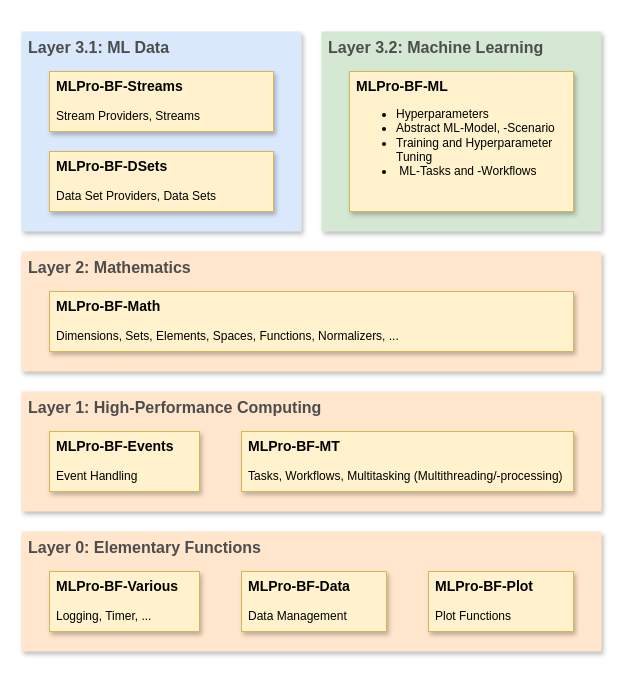
Before: doc/rtd/content/bf/images/MLPro-BF_Overview.drawio in fhswf/MLPro, a draw.io diagram. Source tidied: cells renumbered, new cells numbered last; positions are measured from the earlier drawing's top-left corner, leaving out a move shared by most shapes. Both pictures are drawn from the tidied source at 100%, with x=0, y=0 at pixel (21, 31).
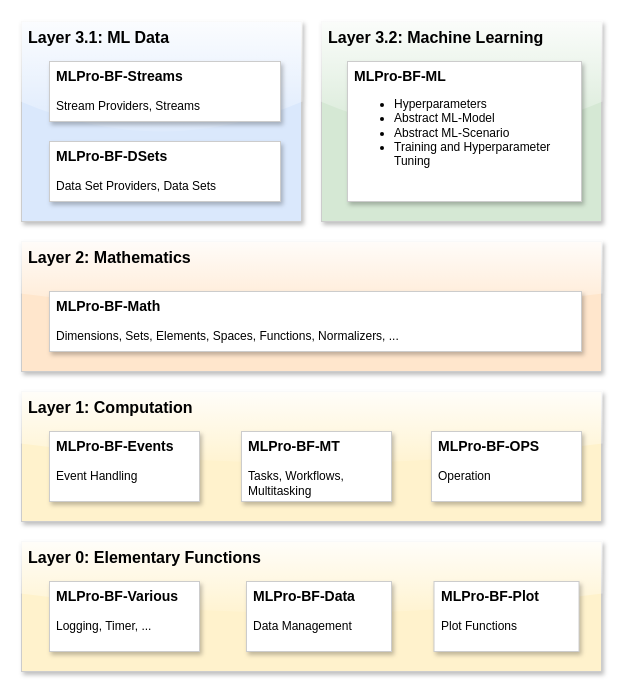
The same diagram, later.

What changed in the source:
```diff
@@
 <mxGraphModel>
   <root>
     <mxCell id="0" />
     <mxCell id="1" parent="0" />
-    <mxCell id="2" value="Layer 0: Elementary Functions" style="rounded=0;whiteSpace=wrap;html=1;shadow=1;glass=0;fontSize=16;align=left;labelPosition=center;verticalLabelPosition=middle;verticalAlign=top;spacingLeft=5;fontStyle=1;strokeColor=none;fillColor=#ffe6cc;fontColor=#4D4D4D;" parent="1" vertex="1">
-      <mxGeometry y="500" width="580" height="120" as="geometry" />
+    <mxCell id="2" value="Layer 0: Elementary Functions" style="rounded=0;whiteSpace=wrap;html=1;shadow=1;glass=1;fontSize=16;align=left;labelPosition=center;verticalLabelPosition=middle;verticalAlign=top;spacingLeft=5;fontStyle=1;strokeColor=#CCCCCC;fillColor=#fff2cc;strokeWidth=1;fontFamily=Helvetica;" parent="1" vertex="1">
+      <mxGeometry y="510" width="580" height="130" as="geometry" />
     </mxCell>
-    <mxCell id="3" value="Layer 3.2: Machine Learning" style="rounded=0;whiteSpace=wrap;html=1;shadow=1;glass=0;fontSize=16;dashed=1;align=left;labelPosition=center;verticalLabelPosition=middle;verticalAlign=top;spacingLeft=5;spacingRight=5;fontStyle=1;fillColor=#d5e8d4;strokeColor=none;fontColor=#4D4D4D;" parent="1" vertex="1">
-      <mxGeometry x="300" width="280" height="200" as="geometry" />
+    <mxCell id="3" value="Layer 3.2: Machine Learning" style="rounded=0;whiteSpace=wrap;html=1;shadow=1;glass=1;fontSize=16;align=left;labelPosition=center;verticalLabelPosition=middle;verticalAlign=top;spacingLeft=5;spacingRight=5;fontStyle=1;fillColor=#d5e8d4;strokeColor=#CCCCCC;gradientColor=none;strokeWidth=1;" parent="1" vertex="1">
+      <mxGeometry x="300" y="-10" width="280" height="200" as="geometry" />
     </mxCell>
-    <mxCell id="4" value="Layer 3.1: ML Data" style="rounded=0;whiteSpace=wrap;html=1;shadow=1;glass=0;fontSize=16;dashed=1;align=left;labelPosition=center;verticalLabelPosition=middle;verticalAlign=top;spacingLeft=5;spacingRight=5;fontStyle=1;fillColor=#dae8fc;strokeColor=none;fontColor=#4D4D4D;" parent="1" vertex="1">
-      <mxGeometry width="280" height="200" as="geometry" />
+    <mxCell id="4" value="Layer 3.1: ML Data" style="rounded=0;whiteSpace=wrap;html=1;shadow=1;glass=1;fontSize=16;align=left;labelPosition=center;verticalLabelPosition=middle;verticalAlign=top;spacingLeft=5;spacingRight=5;fontStyle=1;fillColor=#dae8fc;strokeColor=#CCCCCC;strokeWidth=1;" parent="1" vertex="1">
+      <mxGeometry y="-10" width="280" height="200" as="geometry" />
     </mxCell>
-    <mxCell id="5" value="Layer 2: Mathematics" style="rounded=0;whiteSpace=wrap;html=1;shadow=1;glass=0;fontSize=16;dashed=1;align=left;labelPosition=center;verticalLabelPosition=middle;verticalAlign=top;spacingLeft=5;fontStyle=1;fillColor=#ffe6cc;strokeColor=none;fontColor=#4D4D4D;" parent="1" vertex="1">
-      <mxGeometry y="220" width="580" height="120" as="geometry" />
+    <mxCell id="5" value="Layer 2: Mathematics" style="rounded=0;whiteSpace=wrap;html=1;shadow=1;glass=1;fontSize=16;align=left;labelPosition=center;verticalLabelPosition=middle;verticalAlign=top;spacingLeft=5;fontStyle=1;fillColor=#ffe6cc;strokeColor=#CCCCCC;strokeWidth=1;" parent="1" vertex="1">
+      <mxGeometry y="210" width="580" height="130" as="geometry" />
     </mxCell>
-    <mxCell id="6" value="Layer 1: High-Performance Computing" style="rounded=0;whiteSpace=wrap;html=1;shadow=1;glass=0;fontSize=16;dashed=1;align=left;labelPosition=center;verticalLabelPosition=middle;verticalAlign=top;spacingLeft=5;fontStyle=1;fillColor=#ffe6cc;strokeColor=none;fontColor=#4D4D4D;" parent="1" vertex="1">
-      <mxGeometry y="360" width="580" height="120" as="geometry" />
+    <mxCell id="6" value="Layer 1: Computation" style="rounded=0;whiteSpace=wrap;html=1;shadow=1;glass=1;fontSize=16;align=left;labelPosition=center;verticalLabelPosition=middle;verticalAlign=top;spacingLeft=5;fontStyle=1;fillColor=#fff2cc;strokeColor=#CCCCCC;strokeWidth=1;" parent="1" vertex="1">
+      <mxGeometry y="360" width="580" height="130" as="geometry" />
     </mxCell>
-    <mxCell id="7" value="&lt;font style=&quot;font-size: 14px;&quot;&gt;MLPro-BF-Various&lt;/font&gt;&lt;br&gt;&lt;span style=&quot;font-weight: normal;&quot;&gt;&lt;br&gt;Logging, Timer, ...&lt;/span&gt;" style="rounded=0;whiteSpace=wrap;html=1;fillColor=#fff2cc;strokeColor=#d6b656;glass=0;shadow=1;align=left;verticalAlign=top;fontStyle=1;spacingLeft=5;" parent="1" vertex="1">
-      <mxGeometry x="28" y="540" width="150" height="60" as="geometry" />
+    <mxCell id="7" value="&lt;font style=&quot;font-size: 14px;&quot;&gt;MLPro-BF-Various&lt;/font&gt;&lt;br&gt;&lt;span style=&quot;font-weight: normal;&quot;&gt;&lt;br&gt;Logging, Timer, ...&lt;/span&gt;" style="rounded=0;whiteSpace=wrap;html=1;glass=0;shadow=1;align=left;verticalAlign=top;fontStyle=1;spacingLeft=5;strokeColor=#CCCCCC;" parent="1" vertex="1">
+      <mxGeometry x="28" y="550" width="150" height="70" as="geometry" />
     </mxCell>
-    <mxCell id="8" value="&lt;font style=&quot;font-size: 14px;&quot;&gt;MLPro-BF-Math&lt;br&gt;&lt;/font&gt;&lt;span style=&quot;font-weight: normal;&quot;&gt;&lt;br&gt;Dimensions, Sets, Elements, Spaces, Functions, Normalizers, ...&lt;/span&gt;" style="rounded=0;whiteSpace=wrap;html=1;fillColor=#fff2cc;strokeColor=#d6b656;glass=0;shadow=1;align=left;verticalAlign=top;fontStyle=1;spacingLeft=5;" parent="1" vertex="1">
-      <mxGeometry x="28" y="260" width="524" height="60" as="geometry" />
+    <mxCell id="8" value="&lt;font style=&quot;font-size: 14px;&quot;&gt;MLPro-BF-Math&lt;br&gt;&lt;/font&gt;&lt;span style=&quot;font-weight: normal;&quot;&gt;&lt;br&gt;Dimensions, Sets, Elements, Spaces, Functions, Normalizers, ...&lt;/span&gt;" style="rounded=0;whiteSpace=wrap;html=1;glass=0;shadow=1;align=left;verticalAlign=top;fontStyle=1;spacingLeft=5;strokeColor=#CCCCCC;" parent="1" vertex="1">
+      <mxGeometry x="28" y="260" width="532" height="60" as="geometry" />
     </mxCell>
-    <mxCell id="9" value="&lt;font style=&quot;font-size: 14px;&quot;&gt;MLPro-BF-Events&lt;/font&gt;&lt;br&gt;&lt;br&gt;&lt;span style=&quot;font-weight: normal;&quot;&gt;Event Handling&lt;/span&gt;" style="rounded=0;whiteSpace=wrap;html=1;fillColor=#fff2cc;strokeColor=#d6b656;glass=0;shadow=1;align=left;verticalAlign=top;fontStyle=1;spacingLeft=5;" parent="1" vertex="1">
-      <mxGeometry x="28" y="400" width="150" height="60" as="geometry" />
+    <mxCell id="9" value="&lt;font style=&quot;font-size: 14px;&quot;&gt;MLPro-BF-Events&lt;/font&gt;&lt;br&gt;&lt;br&gt;&lt;span style=&quot;font-weight: normal;&quot;&gt;Event Handling&lt;/span&gt;" style="rounded=0;whiteSpace=wrap;html=1;glass=0;shadow=1;align=left;verticalAlign=top;fontStyle=1;spacingLeft=5;strokeColor=#CCCCCC;" parent="1" vertex="1">
+      <mxGeometry x="28" y="400" width="150" height="70" as="geometry" />
     </mxCell>
-    <mxCell id="10" value="&lt;font style=&quot;font-size: 14px;&quot;&gt;MLPro-BF-MT &lt;/font&gt;&lt;br&gt;&lt;br&gt;&lt;span style=&quot;font-weight: normal;&quot;&gt;Tasks, Workflows, Multitasking (Multithreading/-processing)&lt;/span&gt;" style="rounded=0;whiteSpace=wrap;html=1;fillColor=#fff2cc;strokeColor=#d6b656;glass=0;shadow=1;align=left;verticalAlign=top;fontStyle=1;spacingLeft=5;" parent="1" vertex="1">
-      <mxGeometry x="220" y="400" width="332" height="60" as="geometry" />
+    <mxCell id="10" value="&lt;font style=&quot;font-size: 14px;&quot;&gt;MLPro-BF-MT &lt;/font&gt;&lt;br&gt;&lt;br&gt;&lt;span style=&quot;font-weight: normal;&quot;&gt;Tasks, Workflows, Multitasking&amp;nbsp;&lt;/span&gt;" style="rounded=0;whiteSpace=wrap;html=1;glass=0;shadow=1;align=left;verticalAlign=top;fontStyle=1;spacingLeft=5;strokeColor=#CCCCCC;" parent="1" vertex="1">
+      <mxGeometry x="220" y="400" width="150" height="70" as="geometry" />
     </mxCell>
-    <mxCell id="11" value="&lt;font style=&quot;font-size: 14px;&quot;&gt;MLPro-BF-Streams&lt;/font&gt;&lt;br&gt;&lt;br&gt;&lt;span style=&quot;font-weight: normal;&quot;&gt;Stream Providers, Streams&lt;/span&gt;" style="rounded=0;whiteSpace=wrap;html=1;fillColor=#fff2cc;strokeColor=#d6b656;glass=0;shadow=1;align=left;verticalAlign=top;fontStyle=1;spacingLeft=5;" parent="1" vertex="1">
-      <mxGeometry x="28" y="40" width="224" height="60" as="geometry" />
+    <mxCell id="11" value="&lt;font style=&quot;font-size: 14px;&quot;&gt;MLPro-BF-Streams&lt;/font&gt;&lt;br&gt;&lt;br&gt;&lt;span style=&quot;font-weight: normal;&quot;&gt;Stream Providers, Streams&lt;/span&gt;" style="rounded=0;whiteSpace=wrap;html=1;glass=0;shadow=1;align=left;verticalAlign=top;fontStyle=1;spacingLeft=5;strokeColor=#CCCCCC;" parent="1" vertex="1">
+      <mxGeometry x="28" y="30" width="231" height="60" as="geometry" />
     </mxCell>
-    <mxCell id="12" value="&lt;font style=&quot;font-size: 14px;&quot;&gt;MLPro-BF-Data&lt;/font&gt;&lt;br&gt;&lt;span style=&quot;font-weight: normal;&quot;&gt;&lt;br&gt;Data Management&lt;/span&gt;" style="rounded=0;whiteSpace=wrap;html=1;fillColor=#fff2cc;strokeColor=#d6b656;glass=0;shadow=1;align=left;verticalAlign=top;fontStyle=1;spacingLeft=5;" parent="1" vertex="1">
-      <mxGeometry x="220" y="540" width="145" height="60" as="geometry" />
+    <mxCell id="12" value="&lt;font style=&quot;font-size: 14px;&quot;&gt;MLPro-BF-Data&lt;/font&gt;&lt;br&gt;&lt;span style=&quot;font-weight: normal;&quot;&gt;&lt;br&gt;Data Management&lt;/span&gt;" style="rounded=0;whiteSpace=wrap;html=1;glass=0;shadow=1;align=left;verticalAlign=top;fontStyle=1;spacingLeft=5;strokeColor=#CCCCCC;" parent="1" vertex="1">
+      <mxGeometry x="225" y="550" width="145" height="70" as="geometry" />
     </mxCell>
-    <mxCell id="13" value="&lt;font style=&quot;font-size: 14px;&quot;&gt;MLPro-BF-ML&lt;/font&gt;&lt;span style=&quot;background-color: initial; font-weight: normal;&quot;&gt;&lt;br&gt;&lt;ul&gt;&lt;li&gt;&lt;span style=&quot;background-color: initial; font-weight: normal;&quot;&gt;Hyperparameters&lt;/span&gt;&lt;/li&gt;&lt;li&gt;&lt;span style=&quot;background-color: initial; font-weight: normal;&quot;&gt;Abstract ML-Model, -Scenario&lt;/span&gt;&lt;/li&gt;&lt;li&gt;&lt;span style=&quot;background-color: initial; font-weight: normal;&quot;&gt;Training and Hyperparameter Tuning&lt;/span&gt;&lt;/li&gt;&lt;li&gt;&lt;span style=&quot;background-color: initial; font-weight: normal;&quot;&gt;&amp;nbsp;ML-Tasks and -Workflows&lt;/span&gt;&lt;/li&gt;&lt;/ul&gt;&lt;/span&gt;&lt;blockquote style=&quot;margin: 0 0 0 40px; border: none; padding: 0px;&quot;&gt;&lt;/blockquote&gt;&lt;blockquote style=&quot;margin: 0 0 0 40px; border: none; padding: 0px;&quot;&gt;&lt;/blockquote&gt;" style="rounded=0;whiteSpace=wrap;html=1;fillColor=#fff2cc;strokeColor=#d6b656;glass=0;shadow=1;align=left;verticalAlign=top;fontStyle=1;spacingLeft=5;" parent="1" vertex="1">
-      <mxGeometry x="328" y="40" width="224" height="140" as="geometry" />
+    <mxCell id="13" value="&lt;font style=&quot;font-size: 14px;&quot;&gt;MLPro-BF-ML&lt;/font&gt;&lt;span style=&quot;background-color: initial; font-weight: normal;&quot;&gt;&lt;br&gt;&lt;ul&gt;&lt;li&gt;&lt;span style=&quot;background-color: initial; font-weight: normal;&quot;&gt;Hyperparameters&lt;/span&gt;&lt;/li&gt;&lt;li&gt;&lt;span style=&quot;background-color: initial; font-weight: normal;&quot;&gt;Abstract ML-Model&lt;/span&gt;&lt;/li&gt;&lt;li&gt;&lt;span style=&quot;background-color: initial; font-weight: normal;&quot;&gt;Abstract ML-Scenario&lt;/span&gt;&lt;/li&gt;&lt;li&gt;&lt;span style=&quot;background-color: initial; font-weight: normal;&quot;&gt;Training and Hyperparameter Tuning&lt;/span&gt;&lt;/li&gt;&lt;/ul&gt;&lt;/span&gt;&lt;blockquote style=&quot;margin: 0 0 0 40px; border: none; padding: 0px;&quot;&gt;&lt;/blockquote&gt;&lt;blockquote style=&quot;margin: 0 0 0 40px; border: none; padding: 0px;&quot;&gt;&lt;/blockquote&gt;" style="rounded=0;whiteSpace=wrap;html=1;glass=0;shadow=1;align=left;verticalAlign=top;fontStyle=1;spacingLeft=5;strokeColor=#CCCCCC;" parent="1" vertex="1">
+      <mxGeometry x="326" y="30" width="234" height="140" as="geometry" />
     </mxCell>
-    <mxCell id="14" value="&lt;font style=&quot;font-size: 14px;&quot;&gt;MLPro-BF-Plot&lt;/font&gt;&lt;br&gt;&lt;span style=&quot;font-weight: normal;&quot;&gt;&lt;br&gt;Plot Functions&lt;/span&gt;" style="rounded=0;whiteSpace=wrap;html=1;fillColor=#fff2cc;strokeColor=#d6b656;glass=0;shadow=1;align=left;verticalAlign=top;fontStyle=1;spacingLeft=5;" parent="1" vertex="1">
-      <mxGeometry x="407" y="540" width="145" height="60" as="geometry" />
+    <mxCell id="14" value="&lt;font style=&quot;font-size: 14px;&quot;&gt;MLPro-BF-Plot&lt;/font&gt;&lt;br&gt;&lt;span style=&quot;font-weight: normal;&quot;&gt;&lt;br&gt;Plot Functions&lt;/span&gt;" style="rounded=0;whiteSpace=wrap;html=1;glass=0;shadow=1;align=left;verticalAlign=top;fontStyle=1;spacingLeft=5;strokeColor=#CCCCCC;" parent="1" vertex="1">
+      <mxGeometry x="412.5" y="550" width="145" height="70" as="geometry" />
     </mxCell>
-    <mxCell id="15" value="&lt;font style=&quot;font-size: 14px;&quot;&gt;MLPro-BF-DSets&lt;/font&gt;&lt;br&gt;&lt;br&gt;&lt;span style=&quot;font-weight: normal;&quot;&gt;Data Set Providers, Data Sets&lt;/span&gt;" style="rounded=0;whiteSpace=wrap;html=1;fillColor=#fff2cc;strokeColor=#d6b656;glass=0;shadow=1;align=left;verticalAlign=top;fontStyle=1;spacingLeft=5;" parent="1" vertex="1">
-      <mxGeometry x="28" y="120" width="224" height="60" as="geometry" />
+    <mxCell id="15" value="&lt;font style=&quot;font-size: 14px;&quot;&gt;MLPro-BF-DSets&lt;/font&gt;&lt;br&gt;&lt;br&gt;&lt;span style=&quot;font-weight: normal;&quot;&gt;Data Set Providers, Data Sets&lt;/span&gt;" style="rounded=0;whiteSpace=wrap;html=1;glass=0;shadow=1;align=left;verticalAlign=top;fontStyle=1;spacingLeft=5;strokeColor=#CCCCCC;" parent="1" vertex="1">
+      <mxGeometry x="28" y="110" width="231" height="60" as="geometry" />
     </mxCell>
+    <mxCell id="16" value="&lt;span style=&quot;font-size: 14px;&quot;&gt;MLPro-BF-OPS&lt;br&gt;&lt;/span&gt;&lt;br&gt;&lt;span style=&quot;font-weight: normal;&quot;&gt;Operation&lt;/span&gt;" style="rounded=0;whiteSpace=wrap;html=1;glass=0;shadow=1;align=left;verticalAlign=top;fontStyle=1;spacingLeft=5;strokeColor=#CCCCCC;" parent="1" vertex="1">
+      <mxGeometry x="410" y="400" width="150" height="70" as="geometry" />
+    </mxCell>
   </root>
 </mxGraphModel>
```
